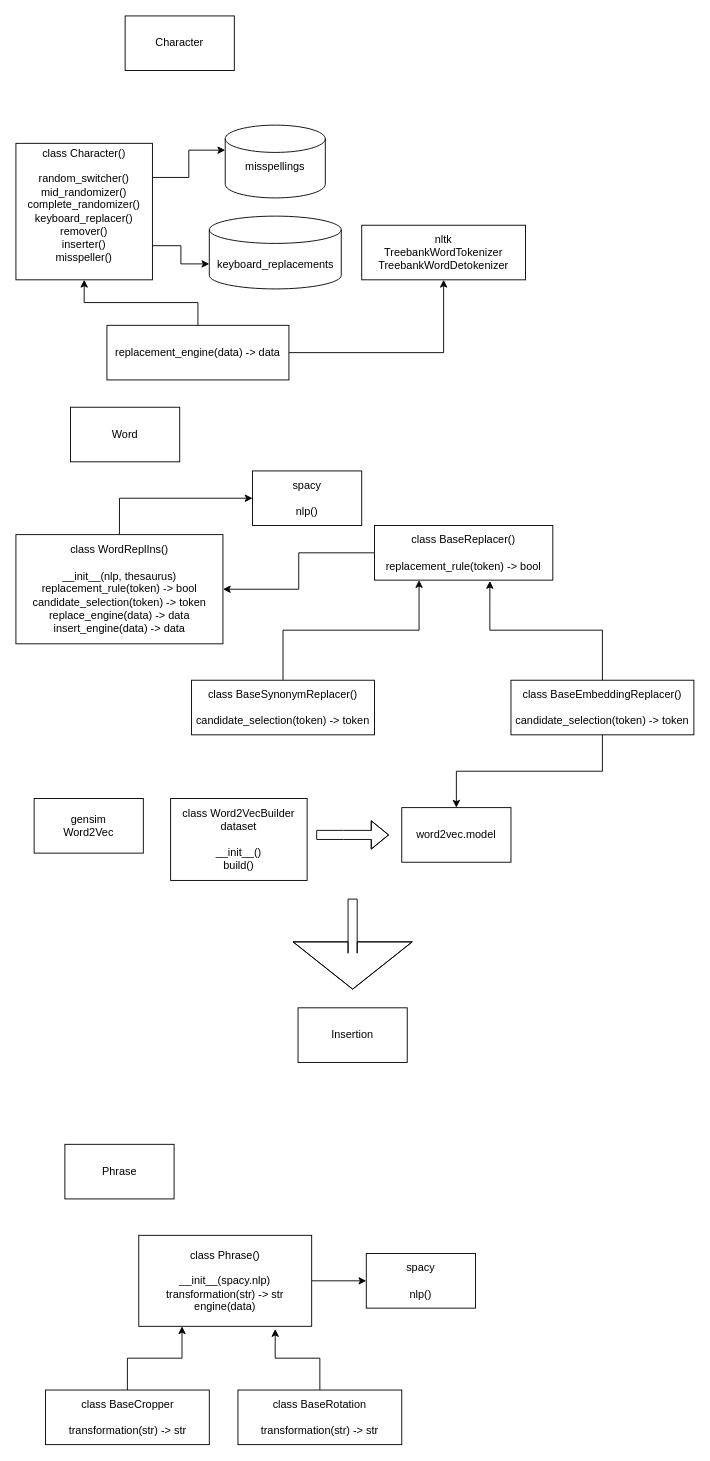
Above: architeture_diagram.drawio in djaszak/NLPAug (draw.io), before the change. Source tidied: cells renumbered, new cells numbered last; positions are measured from the earlier drawing's top-left corner, leaving out a move shared by most shapes. Both pictures are drawn from the tidied source at 91%, with x=0, y=0 at pixel (15, 15).
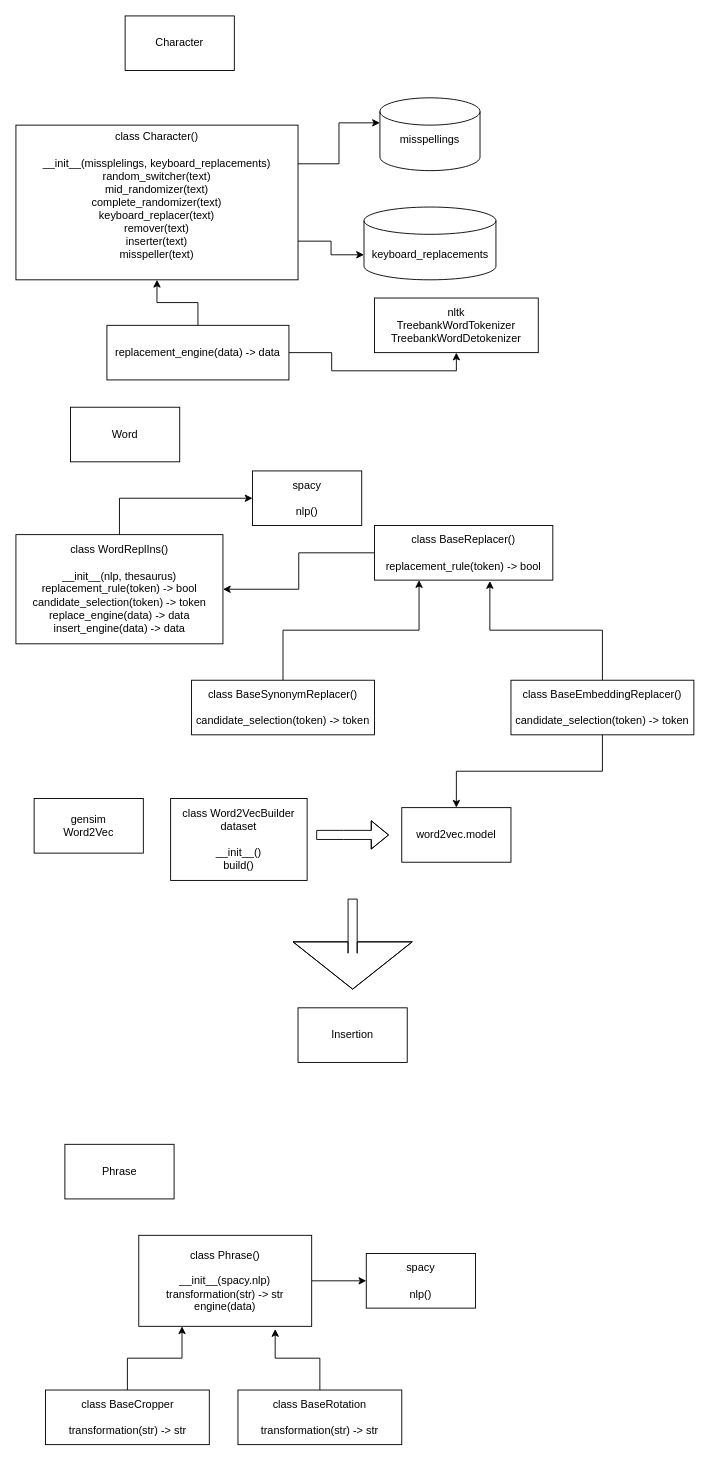
The same page after the edit.

The edit, as a diff of the source:
```diff
@@
-    <mxCell id="4" value="&lt;div&gt;class Character()&lt;/div&gt;&lt;div&gt;&lt;br&gt;&lt;/div&gt;&lt;div&gt;random_switcher()&lt;/div&gt;&lt;div&gt;mid_randomizer()&lt;/div&gt;&lt;div&gt;complete_randomizer()&lt;/div&gt;&lt;div&gt;keyboard_replacer()&lt;/div&gt;&lt;div&gt;remover()&lt;/div&gt;&lt;div&gt;inserter()&lt;/div&gt;&lt;div&gt;misspeller()&lt;br&gt;&lt;/div&gt;&lt;div&gt;&lt;br&gt;&lt;/div&gt;" style="rounded=0;whiteSpace=wrap;html=1;" parent="1" vertex="1">
-      <mxGeometry y="140" width="150" height="150" as="geometry" />
+    <mxCell id="4" value="&lt;div&gt;class Character()&lt;/div&gt;&lt;div&gt;&lt;br&gt;&lt;/div&gt;&lt;div&gt;__init__(missplelings, keyboard_replacements)&lt;/div&gt;&lt;div&gt;random_switcher(text)&lt;/div&gt;&lt;div&gt;mid_randomizer(text)&lt;/div&gt;&lt;div&gt;complete_randomizer(text)&lt;/div&gt;&lt;div&gt;keyboard_replacer(text)&lt;/div&gt;&lt;div&gt;remover(text)&lt;/div&gt;&lt;div&gt;inserter(text)&lt;/div&gt;&lt;div&gt;misspeller(text)&lt;br&gt;&lt;/div&gt;&lt;div&gt;&lt;br&gt;&lt;/div&gt;" style="rounded=0;whiteSpace=wrap;html=1;" parent="1" vertex="1">
+      <mxGeometry y="120" width="310" height="170" as="geometry" />
     </mxCell>
@@
     <mxCell id="6" value="&lt;div&gt;misspellings&lt;/div&gt;&lt;div&gt;&lt;br&gt;&lt;/div&gt;" style="shape=cylinder3;whiteSpace=wrap;html=1;boundedLbl=1;backgroundOutline=1;size=15;" parent="1" vertex="1">
-      <mxGeometry x="230" y="120" width="110" height="80" as="geometry" />
+      <mxGeometry x="400" y="90" width="110" height="80" as="geometry" />
     </mxCell>
     <mxCell id="7" value="keyboard_replacements" style="shape=cylinder3;whiteSpace=wrap;html=1;boundedLbl=1;backgroundOutline=1;size=15;" parent="1" vertex="1">
-      <mxGeometry x="212.5" y="220" width="145" height="80" as="geometry" />
+      <mxGeometry x="382.5" y="210" width="145" height="80" as="geometry" />
     </mxCell>
@@
     <mxCell id="22" value="&lt;div&gt;nltk&lt;/div&gt;&lt;div&gt;&lt;span class=&quot;pl-v&quot;&gt;&lt;span data-hydro-click=&quot;{&amp;quot;event_type&amp;quot;:&amp;quot;code_navigation.click_on_symbol&amp;quot;,&amp;quot;payload&amp;quot;:{&amp;quot;action&amp;quot;:&amp;quot;click_on_symbol&amp;quot;,&amp;quot;repository_id&amp;quot;:491013262,&amp;quot;ref&amp;quot;:&amp;quot;7280937071d9066ba8d3babd54b2d114ab2e4704&amp;quot;,&amp;quot;language&amp;quot;:&amp;quot;Python&amp;quot;,&amp;quot;backend&amp;quot;:&amp;quot;ALEPH_PRECISE&amp;quot;,&amp;quot;code_nav_context&amp;quot;:&amp;quot;BLOB_VIEW&amp;quot;,&amp;quot;retry_backend&amp;quot;:&amp;quot;&amp;quot;,&amp;quot;cross_repo_results_included&amp;quot;:&amp;quot;CROSS_REPO_NOT_ENABLED&amp;quot;,&amp;quot;in_repo_result_count&amp;quot;:1,&amp;quot;cross_repo_result_count&amp;quot;:0,&amp;quot;originating_url&amp;quot;:&amp;quot;https://github.com/djaszak/nlp_aug/find-definition?q=TreebankWordTokenizer&amp;amp;blob_path=nlp_aug%2Futilities%2Faugment_utils.py&amp;amp;ref=7280937071d9066ba8d3babd54b2d114ab2e4704&amp;amp;language=Python&amp;amp;row=2&amp;amp;col=26&amp;amp;code_nav_context=BLOB_VIEW&amp;quot;,&amp;quot;user_id&amp;quot;:23051584}}&quot; class=&quot;pl-token active&quot;&gt;TreebankWordTokenizer&lt;/span&gt;&lt;/span&gt;&lt;/div&gt;&lt;span class=&quot;pl-v&quot;&gt;&lt;span data-hydro-click=&quot;{&amp;quot;event_type&amp;quot;:&amp;quot;code_navigation.click_on_symbol&amp;quot;,&amp;quot;payload&amp;quot;:{&amp;quot;action&amp;quot;:&amp;quot;click_on_symbol&amp;quot;,&amp;quot;repository_id&amp;quot;:491013262,&amp;quot;ref&amp;quot;:&amp;quot;7280937071d9066ba8d3babd54b2d114ab2e4704&amp;quot;,&amp;quot;language&amp;quot;:&amp;quot;Python&amp;quot;,&amp;quot;backend&amp;quot;:&amp;quot;ALEPH_PRECISE&amp;quot;,&amp;quot;code_nav_context&amp;quot;:&amp;quot;BLOB_VIEW&amp;quot;,&amp;quot;retry_backend&amp;quot;:&amp;quot;&amp;quot;,&amp;quot;cross_repo_results_included&amp;quot;:&amp;quot;CROSS_REPO_NOT_ENABLED&amp;quot;,&amp;quot;in_repo_result_count&amp;quot;:1,&amp;quot;cross_repo_result_count&amp;quot;:0,&amp;quot;originating_url&amp;quot;:&amp;quot;https://github.com/djaszak/nlp_aug/find-definition?q=TreebankWordTokenizer&amp;amp;blob_path=nlp_aug%2Futilities%2Faugment_utils.py&amp;amp;ref=7280937071d9066ba8d3babd54b2d114ab2e4704&amp;amp;language=Python&amp;amp;row=2&amp;amp;col=26&amp;amp;code_nav_context=BLOB_VIEW&amp;quot;,&amp;quot;user_id&amp;quot;:23051584}}&quot; class=&quot;pl-token active&quot;&gt;TreebankWordDetokenizer&lt;/span&gt;&lt;/span&gt;" style="whiteSpace=wrap;html=1;" parent="1" vertex="1">
-      <mxGeometry x="380" y="230" width="180" height="60" as="geometry" />
+      <mxGeometry x="394" y="310" width="180" height="60" as="geometry" />
     </mxCell>
```
